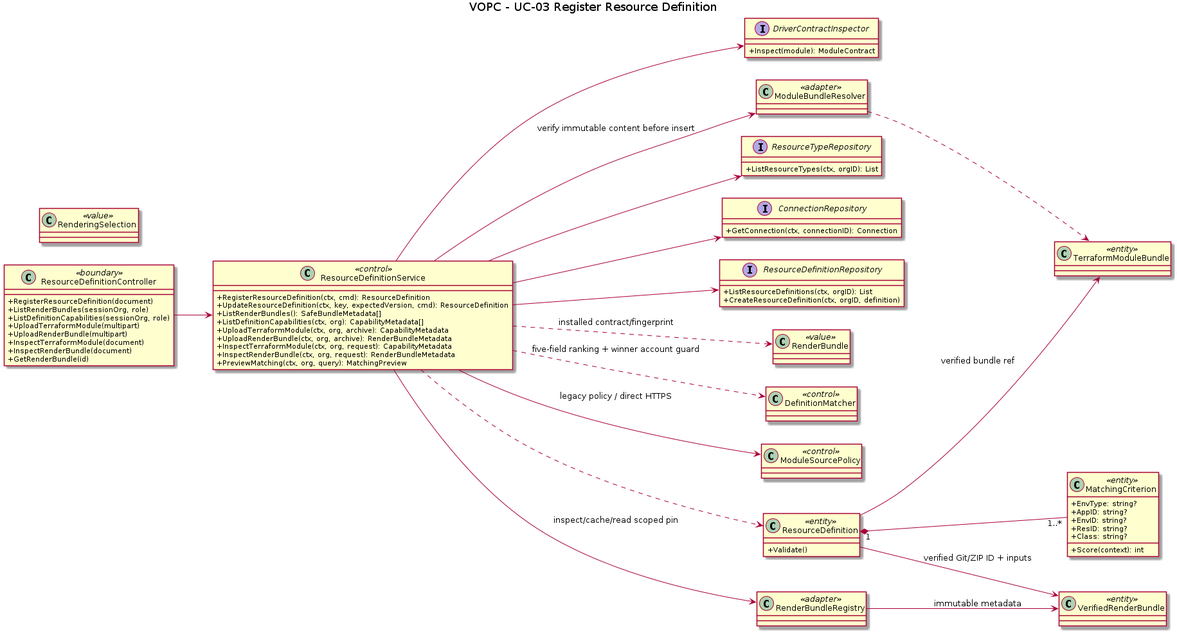
Before: orchestrator_docs/usecase/UC-03/vopc.png, a diagram exported from PlantUML (pr3s3nt/poc). Its source is kept beside it as orchestrator_docs/usecase/UC-03/vopc.puml.
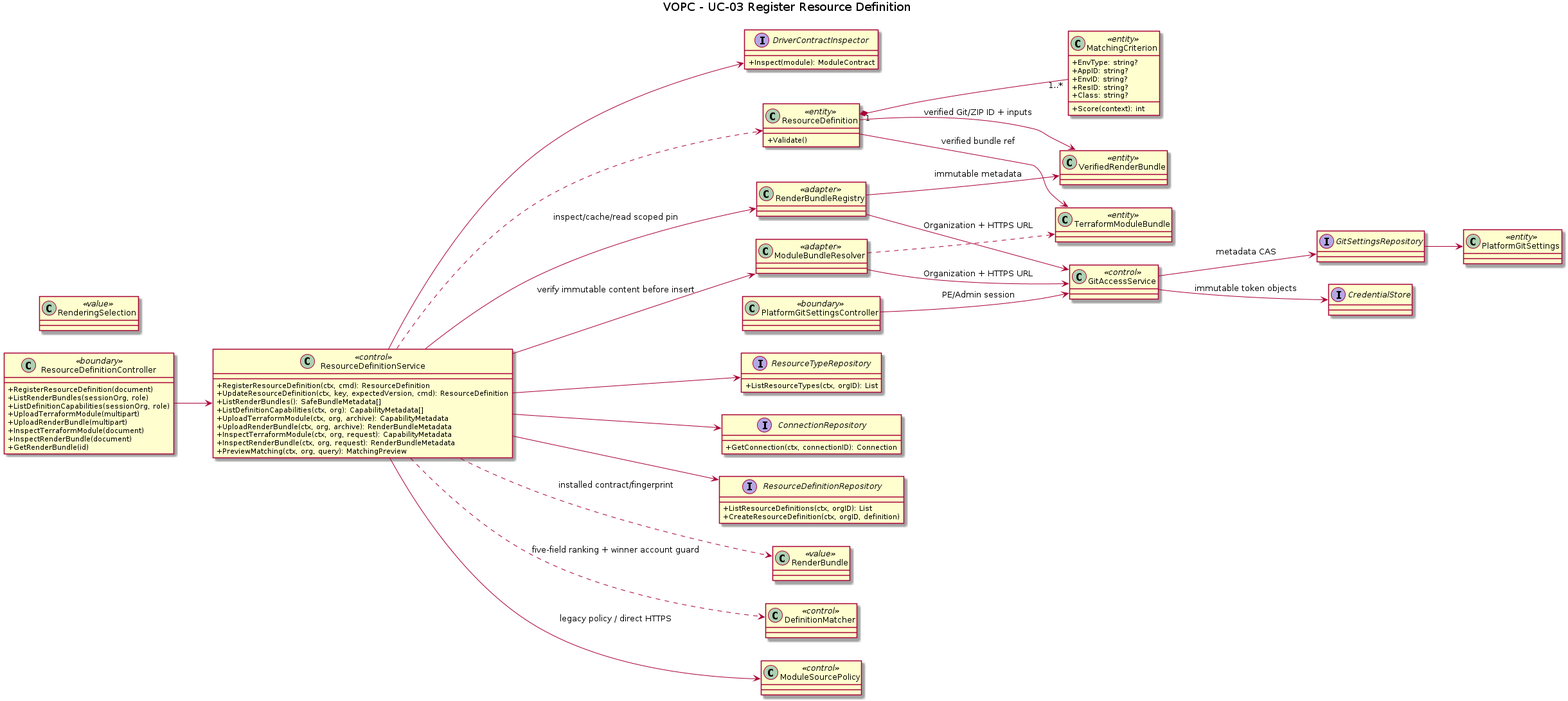
After the change.

The edit, as a diff of the source:
```diff
@@ -71,4 +71,15 @@
 ResourceDefinitionService --> RenderBundleRegistry : inspect/cache/read scoped pin
 RenderBundleRegistry --> VerifiedRenderBundle : immutable metadata
 ResourceDefinition --> VerifiedRenderBundle : verified Git/ZIP ID + inputs
+class PlatformGitSettingsController <<boundary>>
+class GitAccessService <<control>>
+interface GitSettingsRepository
+interface CredentialStore
+class PlatformGitSettings <<entity>>
+PlatformGitSettingsController --> GitAccessService : PE/Admin session
+GitAccessService --> GitSettingsRepository : metadata CAS
+GitAccessService --> CredentialStore : immutable token objects
+GitSettingsRepository --> PlatformGitSettings
+ModuleBundleResolver --> GitAccessService : Organization + HTTPS URL
+RenderBundleRegistry --> GitAccessService : Organization + HTTPS URL
 @enduml
```
